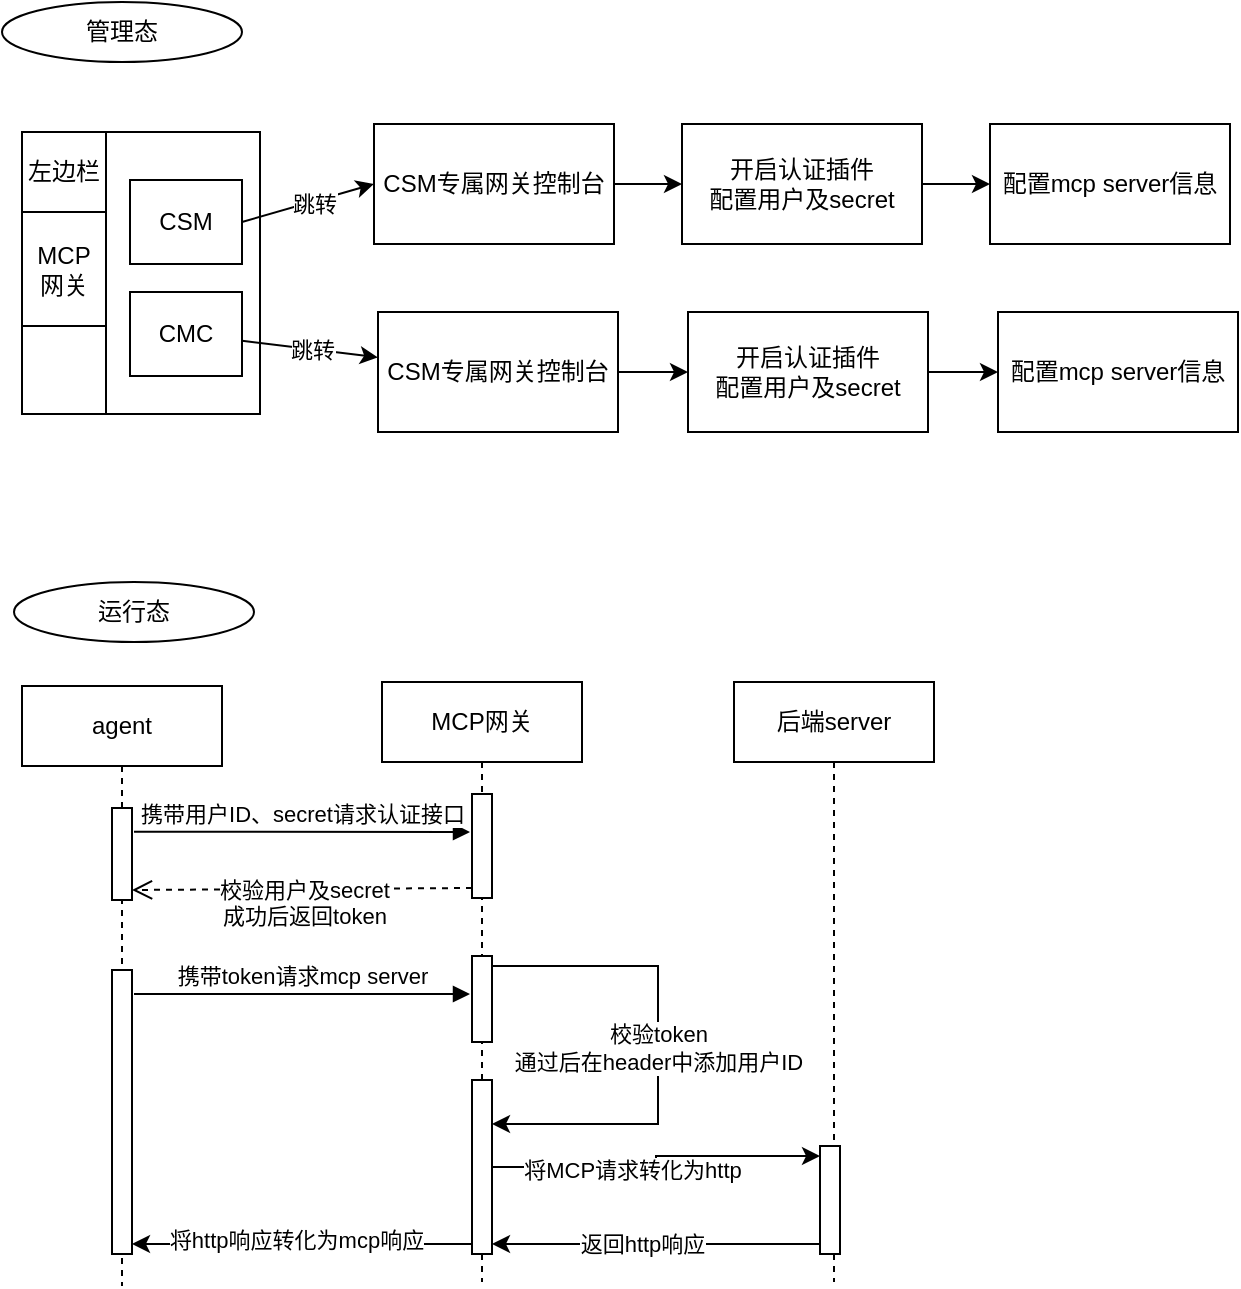
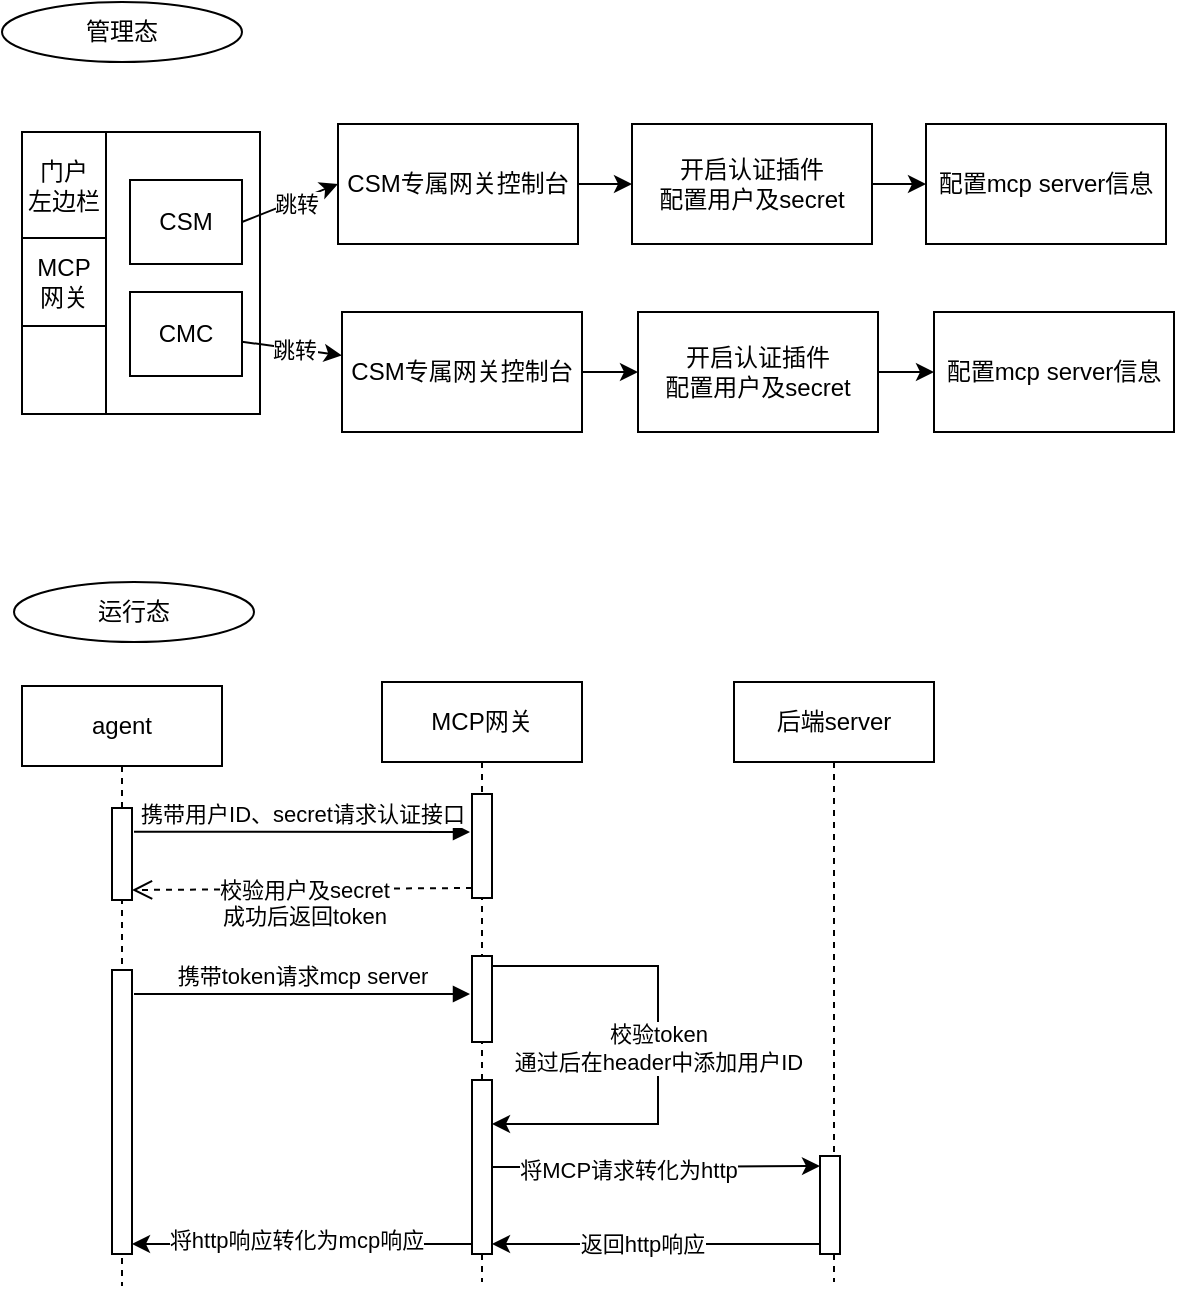
<mxfile host="app.diagrams.net">
  <diagram name="第 1 页" id="v2hsfRa7gXxFo1c_jMZc">
    <mxGraphModel dx="934" dy="610" grid="0" gridSize="10" guides="1" tooltips="1" connect="1" arrows="1" fold="1" page="1" pageScale="1" pageWidth="827" pageHeight="1169" math="0" shadow="0">
      <root>
        <mxCell id="0" />
        <mxCell id="1" parent="0" />
        <mxCell id="Vr7ZYQnQsq7QcT0ujrnK-1" parent="1" style="rounded=0;whiteSpace=wrap;html=1;" value="" vertex="1">
          <mxGeometry height="141" width="119" x="58" y="104" as="geometry" />
        </mxCell>
        <mxCell id="Vr7ZYQnQsq7QcT0ujrnK-2" parent="1" style="rounded=0;whiteSpace=wrap;html=1;" value="" vertex="1">
          <mxGeometry height="141" width="42" x="58" y="104" as="geometry" />
        </mxCell>
        <mxCell id="Vr7ZYQnQsq7QcT0ujrnK-4" parent="1" style="rounded=0;whiteSpace=wrap;html=1;" value="MCP&lt;div&gt;网关&lt;/div&gt;" vertex="1">
-           <mxGeometry height="57" width="42" x="58" y="144" as="geometry" />
+           <mxGeometry height="44" width="42" x="58" y="157" as="geometry" />
        </mxCell>
-         <mxCell id="Vr7ZYQnQsq7QcT0ujrnK-5" parent="1" style="rounded=0;whiteSpace=wrap;html=1;" value="左边栏" vertex="1">
-           <mxGeometry height="40" width="42" x="58" y="104" as="geometry" />
+         <mxCell id="Vr7ZYQnQsq7QcT0ujrnK-5" parent="1" style="rounded=0;whiteSpace=wrap;html=1;" value="门户&lt;div&gt;左边栏&lt;/div&gt;" vertex="1">
+           <mxGeometry height="53" width="42" x="58" y="104" as="geometry" />
        </mxCell>
        <mxCell id="Vr7ZYQnQsq7QcT0ujrnK-9" edge="1" parent="1" source="Vr7ZYQnQsq7QcT0ujrnK-6" style="rounded=0;orthogonalLoop=1;jettySize=auto;html=1;exitX=1;exitY=0.5;exitDx=0;exitDy=0;entryX=0;entryY=0.5;entryDx=0;entryDy=0;" target="Vr7ZYQnQsq7QcT0ujrnK-8">
          <mxGeometry relative="1" as="geometry" />
        </mxCell>
        <mxCell id="Vr7ZYQnQsq7QcT0ujrnK-12" connectable="0" parent="Vr7ZYQnQsq7QcT0ujrnK-9" style="edgeLabel;html=1;align=center;verticalAlign=middle;resizable=0;points=[];" value="跳转" vertex="1">
          <mxGeometry relative="1" x="0.0797" y="-1" as="geometry">
            <mxPoint as="offset" />
          </mxGeometry>
        </mxCell>
        <mxCell id="Vr7ZYQnQsq7QcT0ujrnK-6" parent="1" style="rounded=0;whiteSpace=wrap;html=1;" value="CSM" vertex="1">
          <mxGeometry height="42" width="56" x="112" y="128" as="geometry" />
        </mxCell>
        <mxCell id="Vr7ZYQnQsq7QcT0ujrnK-11" edge="1" parent="1" source="Vr7ZYQnQsq7QcT0ujrnK-7" style="rounded=0;orthogonalLoop=1;jettySize=auto;html=1;" target="Vr7ZYQnQsq7QcT0ujrnK-10" value="">
          <mxGeometry relative="1" as="geometry" />
        </mxCell>
        <mxCell id="Vr7ZYQnQsq7QcT0ujrnK-13" connectable="0" parent="Vr7ZYQnQsq7QcT0ujrnK-11" style="edgeLabel;html=1;align=center;verticalAlign=middle;resizable=0;points=[];" value="跳转" vertex="1">
          <mxGeometry relative="1" x="0.0168" as="geometry">
            <mxPoint as="offset" />
          </mxGeometry>
        </mxCell>
        <mxCell id="Vr7ZYQnQsq7QcT0ujrnK-7" parent="1" style="rounded=0;whiteSpace=wrap;html=1;" value="CMC" vertex="1">
          <mxGeometry height="42" width="56" x="112" y="184" as="geometry" />
        </mxCell>
        <mxCell id="Vr7ZYQnQsq7QcT0ujrnK-15" edge="1" parent="1" source="Vr7ZYQnQsq7QcT0ujrnK-8" style="edgeStyle=orthogonalEdgeStyle;rounded=0;orthogonalLoop=1;jettySize=auto;html=1;" target="Vr7ZYQnQsq7QcT0ujrnK-14" value="">
          <mxGeometry relative="1" as="geometry" />
        </mxCell>
        <mxCell id="Vr7ZYQnQsq7QcT0ujrnK-8" parent="1" style="rounded=0;whiteSpace=wrap;html=1;" value="CSM专属网关控制台" vertex="1">
-           <mxGeometry height="60" width="120" x="234" y="100" as="geometry" />
+           <mxGeometry height="60" width="120" x="216" y="100" as="geometry" />
        </mxCell>
        <mxCell id="Vr7ZYQnQsq7QcT0ujrnK-17" edge="1" parent="1" source="Vr7ZYQnQsq7QcT0ujrnK-10" style="edgeStyle=orthogonalEdgeStyle;rounded=0;orthogonalLoop=1;jettySize=auto;html=1;" target="Vr7ZYQnQsq7QcT0ujrnK-16" value="">
          <mxGeometry relative="1" as="geometry" />
        </mxCell>
        <mxCell id="Vr7ZYQnQsq7QcT0ujrnK-10" parent="1" style="rounded=0;whiteSpace=wrap;html=1;" value="CSM专属网关控制台" vertex="1">
-           <mxGeometry height="60" width="120" x="236" y="194" as="geometry" />
+           <mxGeometry height="60" width="120" x="218" y="194" as="geometry" />
        </mxCell>
        <mxCell id="Vr7ZYQnQsq7QcT0ujrnK-43" edge="1" parent="1" source="Vr7ZYQnQsq7QcT0ujrnK-14" style="edgeStyle=orthogonalEdgeStyle;rounded=0;orthogonalLoop=1;jettySize=auto;html=1;" target="Vr7ZYQnQsq7QcT0ujrnK-42" value="">
          <mxGeometry relative="1" as="geometry" />
        </mxCell>
        <mxCell id="Vr7ZYQnQsq7QcT0ujrnK-14" parent="1" style="rounded=0;whiteSpace=wrap;html=1;" value="开启认证插件&lt;div&gt;配置用户及secret&lt;/div&gt;" vertex="1">
-           <mxGeometry height="60" width="120" x="388" y="100" as="geometry" />
+           <mxGeometry height="60" width="120" x="363" y="100" as="geometry" />
        </mxCell>
        <mxCell id="Vr7ZYQnQsq7QcT0ujrnK-45" edge="1" parent="1" source="Vr7ZYQnQsq7QcT0ujrnK-16" style="edgeStyle=orthogonalEdgeStyle;rounded=0;orthogonalLoop=1;jettySize=auto;html=1;" target="Vr7ZYQnQsq7QcT0ujrnK-44" value="">
          <mxGeometry relative="1" as="geometry" />
        </mxCell>
        <mxCell id="Vr7ZYQnQsq7QcT0ujrnK-16" parent="1" style="rounded=0;whiteSpace=wrap;html=1;" value="开启认证插件&lt;div&gt;配置用户及secret&lt;/div&gt;" vertex="1">
-           <mxGeometry height="60" width="120" x="391" y="194" as="geometry" />
+           <mxGeometry height="60" width="120" x="366" y="194" as="geometry" />
        </mxCell>
        <mxCell id="Vr7ZYQnQsq7QcT0ujrnK-18" parent="1" style="ellipse;whiteSpace=wrap;html=1;" value="管理态" vertex="1">
          <mxGeometry height="30" width="120" x="48" y="39" as="geometry" />
        </mxCell>
        <mxCell id="Vr7ZYQnQsq7QcT0ujrnK-19" parent="1" style="ellipse;whiteSpace=wrap;html=1;" value="运行态" vertex="1">
          <mxGeometry height="30" width="120" x="54" y="329" as="geometry" />
        </mxCell>
        <mxCell id="Vr7ZYQnQsq7QcT0ujrnK-20" parent="1" style="shape=umlLifeline;perimeter=lifelinePerimeter;whiteSpace=wrap;html=1;container=1;dropTarget=0;collapsible=0;recursiveResize=0;outlineConnect=0;portConstraint=eastwest;newEdgeStyle={&quot;curved&quot;:0,&quot;rounded&quot;:0};" value="agent" vertex="1">
          <mxGeometry height="300" width="100" x="58" y="381" as="geometry" />
        </mxCell>
        <mxCell id="Vr7ZYQnQsq7QcT0ujrnK-26" parent="Vr7ZYQnQsq7QcT0ujrnK-20" style="html=1;points=[[0,0,0,0,5],[0,1,0,0,-5],[1,0,0,0,5],[1,1,0,0,-5]];perimeter=orthogonalPerimeter;outlineConnect=0;targetShapes=umlLifeline;portConstraint=eastwest;newEdgeStyle={&quot;curved&quot;:0,&quot;rounded&quot;:0};" value="" vertex="1">
          <mxGeometry height="46" width="10" x="45" y="61" as="geometry" />
        </mxCell>
        <mxCell id="Vr7ZYQnQsq7QcT0ujrnK-21" parent="1" style="shape=umlLifeline;perimeter=lifelinePerimeter;whiteSpace=wrap;html=1;container=1;dropTarget=0;collapsible=0;recursiveResize=0;outlineConnect=0;portConstraint=eastwest;newEdgeStyle={&quot;curved&quot;:0,&quot;rounded&quot;:0};" value="MCP网关" vertex="1">
          <mxGeometry height="300" width="100" x="238" y="379" as="geometry" />
        </mxCell>
        <mxCell id="Vr7ZYQnQsq7QcT0ujrnK-23" parent="Vr7ZYQnQsq7QcT0ujrnK-21" style="html=1;points=[[0,0,0,0,5],[0,1,0,0,-5],[1,0,0,0,5],[1,1,0,0,-5]];perimeter=orthogonalPerimeter;outlineConnect=0;targetShapes=umlLifeline;portConstraint=eastwest;newEdgeStyle={&quot;curved&quot;:0,&quot;rounded&quot;:0};" value="" vertex="1">
          <mxGeometry height="52" width="10" x="45" y="56" as="geometry" />
        </mxCell>
        <mxCell id="Vr7ZYQnQsq7QcT0ujrnK-31" edge="1" parent="Vr7ZYQnQsq7QcT0ujrnK-21" source="Vr7ZYQnQsq7QcT0ujrnK-28" style="edgeStyle=orthogonalEdgeStyle;rounded=0;orthogonalLoop=1;jettySize=auto;html=1;curved=0;exitX=1;exitY=0;exitDx=0;exitDy=5;exitPerimeter=0;" target="Vr7ZYQnQsq7QcT0ujrnK-30">
          <mxGeometry relative="1" as="geometry">
            <Array as="points">
              <mxPoint x="138" y="142" />
              <mxPoint x="138" y="221" />
            </Array>
          </mxGeometry>
        </mxCell>
        <mxCell id="Vr7ZYQnQsq7QcT0ujrnK-32" connectable="0" parent="Vr7ZYQnQsq7QcT0ujrnK-31" style="edgeLabel;html=1;align=center;verticalAlign=middle;resizable=0;points=[];" value="校验token&lt;div&gt;通过后在header中添加用户ID&lt;/div&gt;" vertex="1">
          <mxGeometry relative="1" x="-0.2068" y="1" as="geometry">
            <mxPoint x="-1" y="27" as="offset" />
          </mxGeometry>
        </mxCell>
        <mxCell id="Vr7ZYQnQsq7QcT0ujrnK-28" parent="Vr7ZYQnQsq7QcT0ujrnK-21" style="html=1;points=[[0,0,0,0,5],[0,1,0,0,-5],[1,0,0,0,5],[1,1,0,0,-5]];perimeter=orthogonalPerimeter;outlineConnect=0;targetShapes=umlLifeline;portConstraint=eastwest;newEdgeStyle={&quot;curved&quot;:0,&quot;rounded&quot;:0};" value="" vertex="1">
          <mxGeometry height="43" width="10" x="45" y="137" as="geometry" />
        </mxCell>
        <mxCell id="Vr7ZYQnQsq7QcT0ujrnK-27" parent="Vr7ZYQnQsq7QcT0ujrnK-21" style="html=1;points=[[0,0,0,0,5],[0,1,0,0,-5],[1,0,0,0,5],[1,1,0,0,-5]];perimeter=orthogonalPerimeter;outlineConnect=0;targetShapes=umlLifeline;portConstraint=eastwest;newEdgeStyle={&quot;curved&quot;:0,&quot;rounded&quot;:0};" value="" vertex="1">
          <mxGeometry height="142" width="10" x="-135" y="144" as="geometry" />
        </mxCell>
        <mxCell id="Vr7ZYQnQsq7QcT0ujrnK-29" edge="1" parent="Vr7ZYQnQsq7QcT0ujrnK-21" style="html=1;verticalAlign=bottom;endArrow=block;curved=0;rounded=0;exitX=0.56;exitY=0.243;exitDx=0;exitDy=0;exitPerimeter=0;" value="携带token请求mcp server">
          <mxGeometry relative="1" as="geometry">
            <mxPoint x="-124" y="156" as="sourcePoint" />
            <mxPoint x="44" y="156" as="targetPoint" />
          </mxGeometry>
        </mxCell>
        <mxCell id="Vr7ZYQnQsq7QcT0ujrnK-30" parent="Vr7ZYQnQsq7QcT0ujrnK-21" style="html=1;points=[[0,0,0,0,5],[0,1,0,0,-5],[1,0,0,0,5],[1,1,0,0,-5]];perimeter=orthogonalPerimeter;outlineConnect=0;targetShapes=umlLifeline;portConstraint=eastwest;newEdgeStyle={&quot;curved&quot;:0,&quot;rounded&quot;:0};" value="" vertex="1">
          <mxGeometry height="87" width="10" x="45" y="199" as="geometry" />
        </mxCell>
        <mxCell id="Vr7ZYQnQsq7QcT0ujrnK-39" edge="1" parent="Vr7ZYQnQsq7QcT0ujrnK-21" source="Vr7ZYQnQsq7QcT0ujrnK-30" style="edgeStyle=orthogonalEdgeStyle;rounded=0;orthogonalLoop=1;jettySize=auto;html=1;curved=0;exitX=0;exitY=1;exitDx=0;exitDy=-5;exitPerimeter=0;entryX=1;entryY=1;entryDx=0;entryDy=-5;entryPerimeter=0;" target="Vr7ZYQnQsq7QcT0ujrnK-27">
          <mxGeometry relative="1" as="geometry" />
        </mxCell>
        <mxCell id="Vr7ZYQnQsq7QcT0ujrnK-41" connectable="0" parent="Vr7ZYQnQsq7QcT0ujrnK-39" style="edgeLabel;html=1;align=center;verticalAlign=middle;resizable=0;points=[];" value="将http响应转化为mcp响应" vertex="1">
          <mxGeometry relative="1" x="0.0353" y="-2" as="geometry">
            <mxPoint as="offset" />
          </mxGeometry>
        </mxCell>
        <mxCell id="Vr7ZYQnQsq7QcT0ujrnK-22" parent="1" style="shape=umlLifeline;perimeter=lifelinePerimeter;whiteSpace=wrap;html=1;container=1;dropTarget=0;collapsible=0;recursiveResize=0;outlineConnect=0;portConstraint=eastwest;newEdgeStyle={&quot;curved&quot;:0,&quot;rounded&quot;:0};" value="后端server" vertex="1">
          <mxGeometry height="300" width="100" x="414" y="379" as="geometry" />
        </mxCell>
        <mxCell id="Vr7ZYQnQsq7QcT0ujrnK-33" parent="Vr7ZYQnQsq7QcT0ujrnK-22" style="html=1;points=[[0,0,0,0,5],[0,1,0,0,-5],[1,0,0,0,5],[1,1,0,0,-5]];perimeter=orthogonalPerimeter;outlineConnect=0;targetShapes=umlLifeline;portConstraint=eastwest;newEdgeStyle={&quot;curved&quot;:0,&quot;rounded&quot;:0};" value="" vertex="1">
-           <mxGeometry height="54" width="10" x="43" y="232" as="geometry" />
+           <mxGeometry height="49" width="10" x="43" y="237" as="geometry" />
        </mxCell>
        <mxCell id="Vr7ZYQnQsq7QcT0ujrnK-24" edge="1" parent="1" source="Vr7ZYQnQsq7QcT0ujrnK-20" style="html=1;verticalAlign=bottom;endArrow=block;curved=0;rounded=0;exitX=0.56;exitY=0.243;exitDx=0;exitDy=0;exitPerimeter=0;" value="携带用户ID、secret请求认证接口">
          <mxGeometry relative="1" as="geometry">
            <mxPoint x="114" y="459" as="sourcePoint" />
            <mxPoint x="282" y="454" as="targetPoint" />
          </mxGeometry>
        </mxCell>
        <mxCell id="Vr7ZYQnQsq7QcT0ujrnK-35" edge="1" parent="1" source="Vr7ZYQnQsq7QcT0ujrnK-23" style="html=1;verticalAlign=bottom;endArrow=open;dashed=1;endSize=8;curved=0;rounded=0;exitX=0;exitY=1;exitDx=0;exitDy=-5;exitPerimeter=0;entryX=1;entryY=1;entryDx=0;entryDy=-5;entryPerimeter=0;" target="Vr7ZYQnQsq7QcT0ujrnK-26" value="校验用户及secret&lt;div&gt;成功后返回token&lt;/div&gt;">
          <mxGeometry relative="1" x="-0.0102" y="23" as="geometry">
            <mxPoint as="offset" />
            <mxPoint x="259" y="477" as="sourcePoint" />
            <mxPoint x="191" y="480" as="targetPoint" />
          </mxGeometry>
        </mxCell>
        <mxCell id="Vr7ZYQnQsq7QcT0ujrnK-36" edge="1" parent="1" source="Vr7ZYQnQsq7QcT0ujrnK-30" style="edgeStyle=orthogonalEdgeStyle;rounded=0;orthogonalLoop=1;jettySize=auto;html=1;curved=0;entryX=0;entryY=0;entryDx=0;entryDy=5;entryPerimeter=0;" target="Vr7ZYQnQsq7QcT0ujrnK-33">
          <mxGeometry relative="1" as="geometry" />
        </mxCell>
        <mxCell id="Vr7ZYQnQsq7QcT0ujrnK-37" connectable="0" parent="Vr7ZYQnQsq7QcT0ujrnK-36" style="edgeLabel;html=1;align=center;verticalAlign=middle;resizable=0;points=[];" value="将MCP请求转化为http" vertex="1">
          <mxGeometry relative="1" x="-0.1733" as="geometry">
            <mxPoint y="1" as="offset" />
          </mxGeometry>
        </mxCell>
        <mxCell id="Vr7ZYQnQsq7QcT0ujrnK-38" edge="1" parent="1" source="Vr7ZYQnQsq7QcT0ujrnK-33" style="edgeStyle=orthogonalEdgeStyle;rounded=0;orthogonalLoop=1;jettySize=auto;html=1;curved=0;exitX=0;exitY=1;exitDx=0;exitDy=-5;exitPerimeter=0;entryX=1;entryY=1;entryDx=0;entryDy=-5;entryPerimeter=0;" target="Vr7ZYQnQsq7QcT0ujrnK-30">
          <mxGeometry relative="1" as="geometry" />
        </mxCell>
        <mxCell id="Vr7ZYQnQsq7QcT0ujrnK-40" connectable="0" parent="Vr7ZYQnQsq7QcT0ujrnK-38" style="edgeLabel;html=1;align=center;verticalAlign=middle;resizable=0;points=[];" value="返回http响应" vertex="1">
          <mxGeometry relative="1" x="0.0854" as="geometry">
            <mxPoint as="offset" />
          </mxGeometry>
        </mxCell>
        <mxCell id="Vr7ZYQnQsq7QcT0ujrnK-42" parent="1" style="rounded=0;whiteSpace=wrap;html=1;" value="配置mcp server信息" vertex="1">
-           <mxGeometry height="60" width="120" x="542" y="100" as="geometry" />
+           <mxGeometry height="60" width="120" x="510" y="100" as="geometry" />
        </mxCell>
        <mxCell id="Vr7ZYQnQsq7QcT0ujrnK-44" parent="1" style="rounded=0;whiteSpace=wrap;html=1;" value="配置mcp server信息" vertex="1">
-           <mxGeometry height="60" width="120" x="546" y="194" as="geometry" />
+           <mxGeometry height="60" width="120" x="514" y="194" as="geometry" />
        </mxCell>
      </root>
    </mxGraphModel>
  </diagram>
</mxfile>
